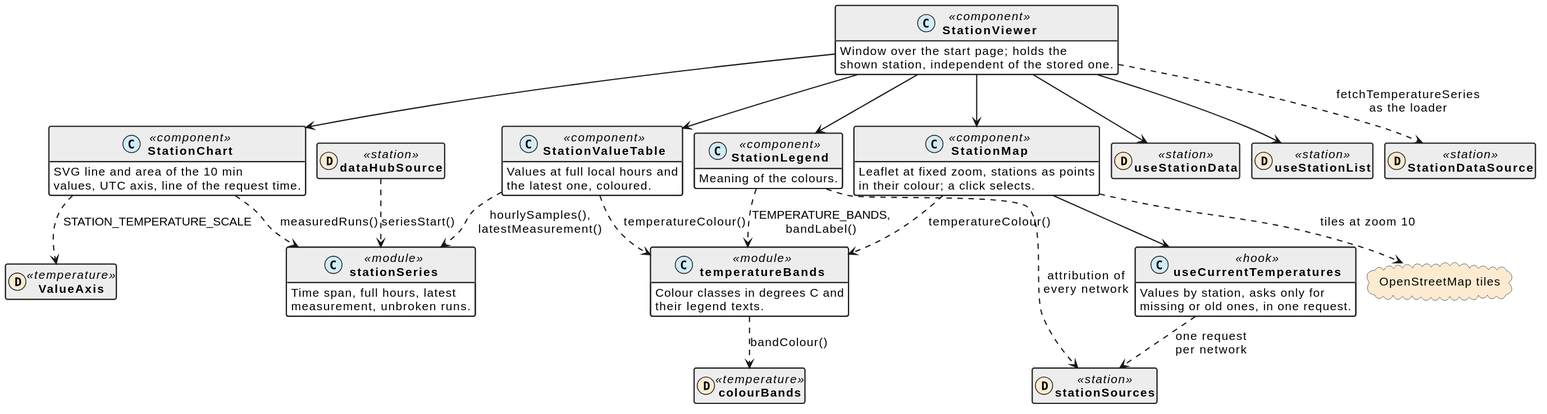
Before: docs/station_viewer.svg, a diagram exported from PlantUML (schletz/wetterkartenviewer).
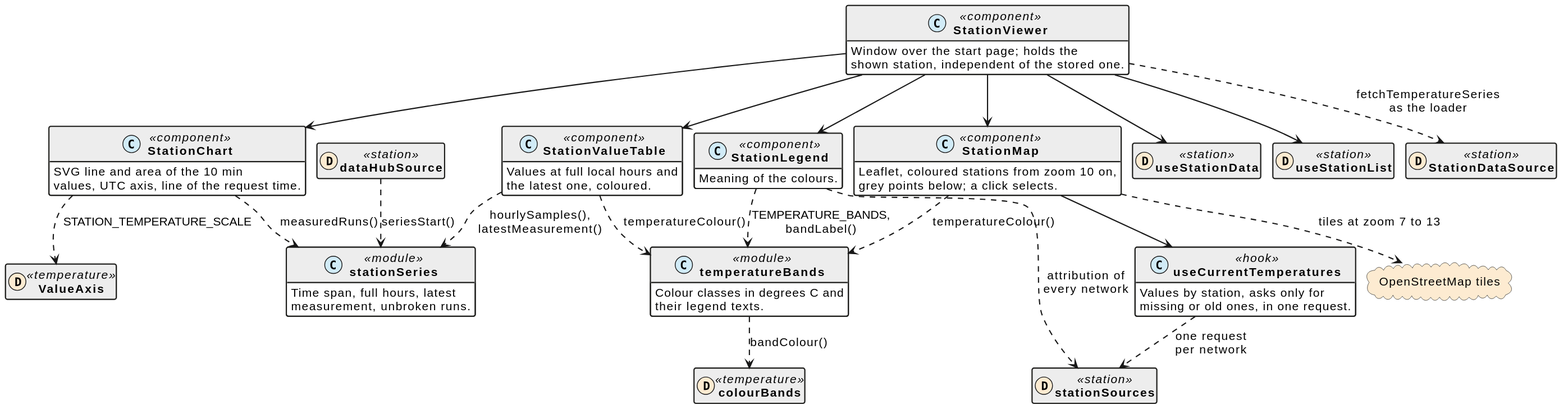
The same diagram one commit later.

Commit message:
Make the station map zoomable and load values only from zoom 10 on

The edit, as a diff of the source:
```diff
@@ -59,8 +59,8 @@
  Meaning of the colours.
 }
 class StationMap <<component>> {
- Leaflet at fixed zoom, stations as points
- in their colour; a click selects.
+ Leaflet, coloured stations from zoom 10 on,
+ grey points below; a click selects.
 }
 class useCurrentTemperatures <<hook>> {
  Values by station, asks only for
@@ -96,7 +96,7 @@
 StationLegend ..> temperatureBands : TEMPERATURE_BANDS,\nbandLabel()
 StationMap --> useCurrentTemperatures
 StationMap ..> temperatureBands : temperatureColour()
-StationMap ..> osm : tiles at zoom 10
+StationMap ..> osm : tiles at zoom 7 to 13
 StationLegend ..> stationSources : attribution of\nevery network
 useCurrentTemperatures ..> stationSources : one request\nper network
 temperatureBands ..> colourBands : bandColour()
```
